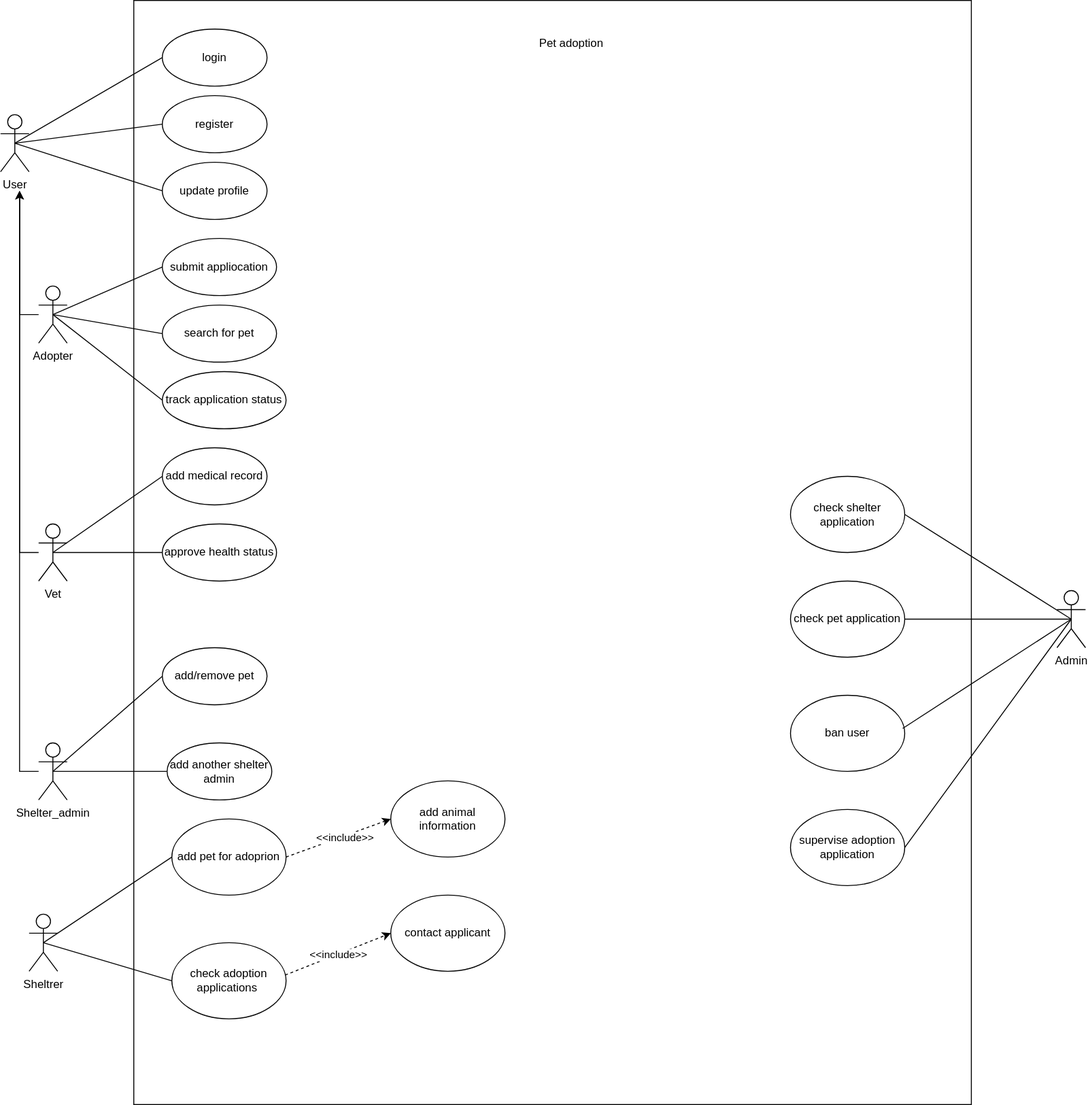
Above: UseCaseDiagram.svg in Thomaskald/DistributedSystems (draw.io), before the change. Source tidied: cells renumbered, new cells last; positions are measured from the earlier drawing's top-left corner, leaving out a move shared by most shapes.
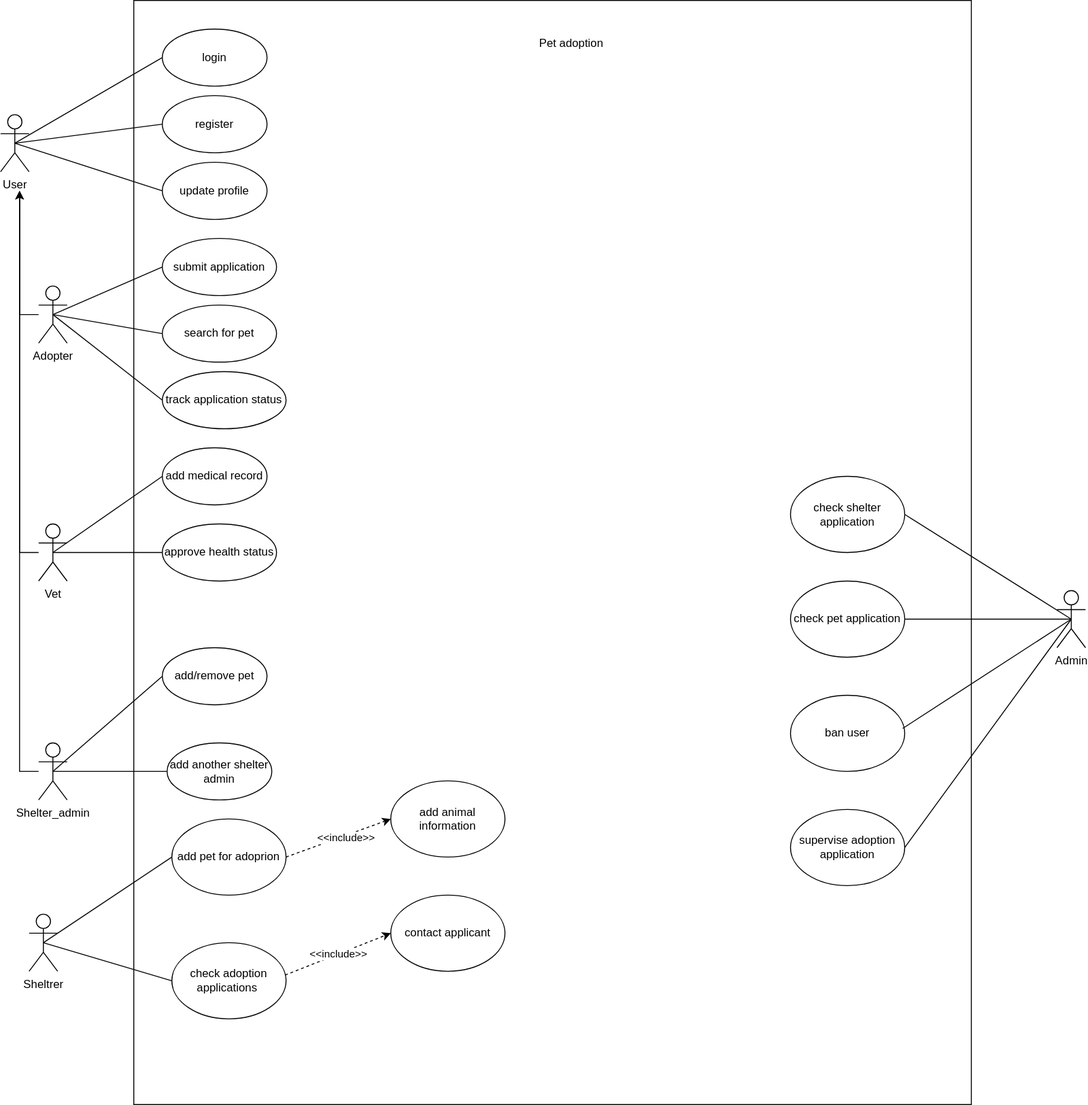
Above is the later version.

The edit, as a diff of the source:
```diff
@@ -53,7 +53,7 @@
     <mxCell id="16" style="endArrow=none;html=1;rounded=0;exitX=0.5;exitY=0.5;exitDx=0;exitDy=0;exitPerimeter=0;entryX=0;entryY=0.5;entryDx=0;entryDy=0;" parent="1" edge="1" source="4" target="15">
       <mxGeometry relative="1" as="geometry" />
     </mxCell>
-    <mxCell id="17" value="submit appliocation" style="ellipse;whiteSpace=wrap;html=1;" parent="1" vertex="1">
+    <mxCell id="17" value="submit application" style="ellipse;whiteSpace=wrap;html=1;" parent="1" vertex="1">
       <mxGeometry x="170" y="250" width="120" height="60" as="geometry" />
     </mxCell>
     <mxCell id="18" style="endArrow=none;html=1;rounded=0;entryX=0;entryY=0.5;entryDx=0;entryDy=0;exitX=0.5;exitY=0.5;exitDx=0;exitDy=0;exitPerimeter=0;" parent="1" edge="1" source="6" target="17">
```
